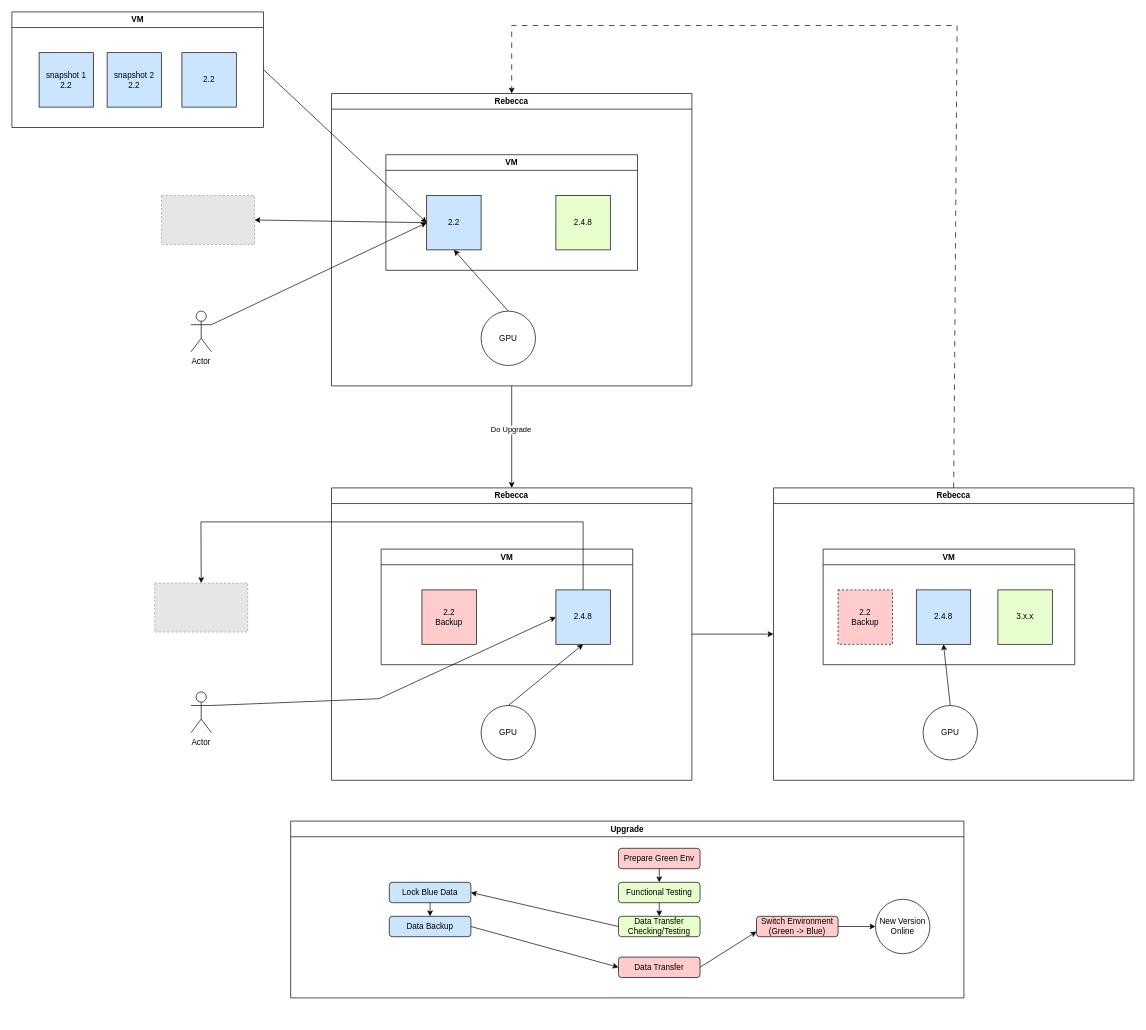
QAlexBall/diagrams keeps this draw.io diagram as cvat-deployment.drawio. Above is the earlier version. Source tidied: cells renumbered, new cells numbered last; positions are measured from the earlier drawing's top-left corner, leaving out a move shared by most shapes. Both pictures are drawn from the tidied source at 68%, with x=0, y=0 at pixel (12, 12). Pictures stored in the file or linked from it are replaced by grey dashed boxes.
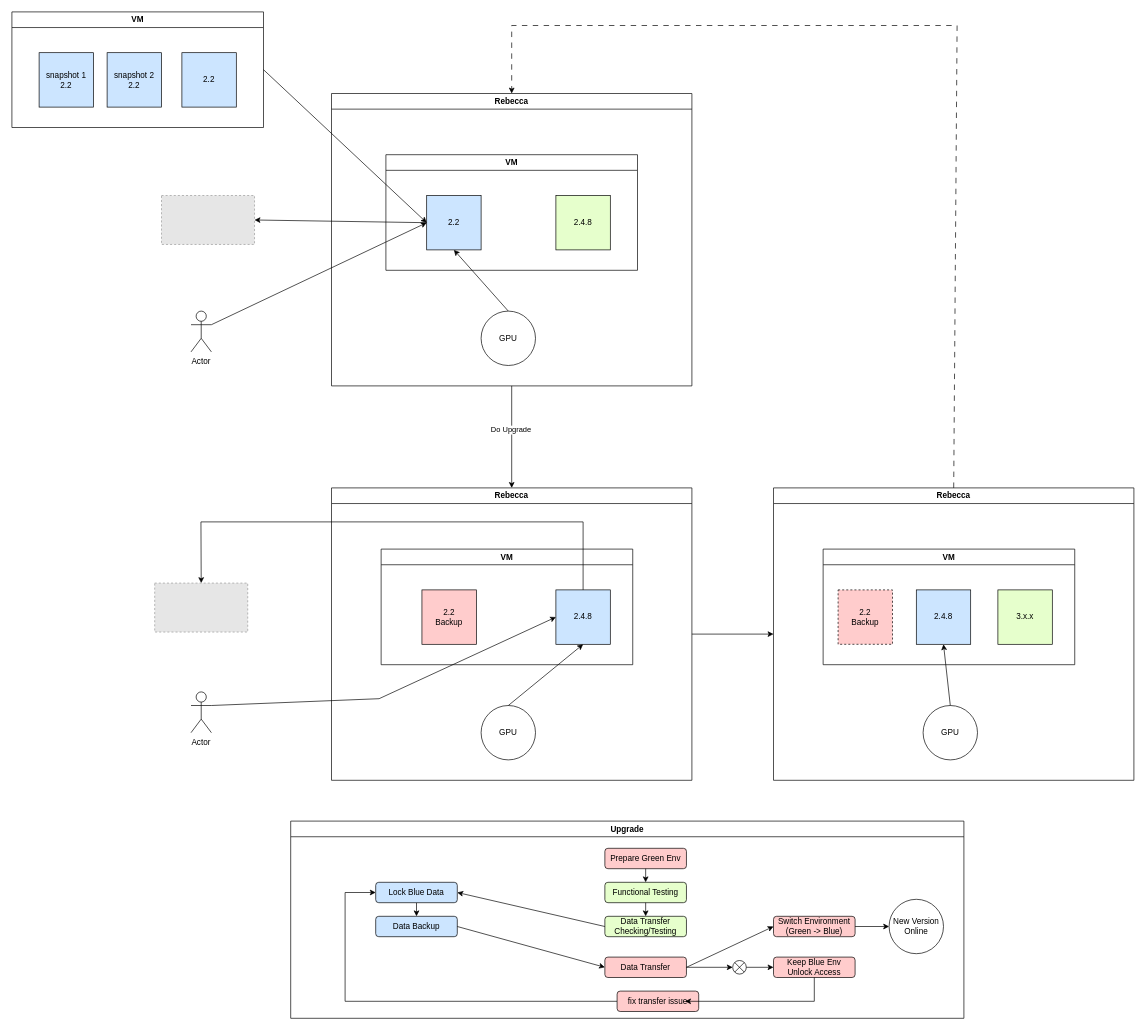
After the change.

Change to the diagram source:
```diff
@@
     <mxCell id="38" value="Upgrade" style="swimlane;whiteSpace=wrap;html=1;" parent="1" vertex="1">
-      <mxGeometry x="410" y="1190" width="990" height="260" as="geometry" />
+      <mxGeometry x="410" y="1190" width="990" height="290" as="geometry" />
     </mxCell>
     <mxCell id="39" value="Data Backup" style="rounded=1;whiteSpace=wrap;html=1;fillColor=#CCE5FF;" parent="38" vertex="1">
-      <mxGeometry x="145" y="140" width="120" height="30" as="geometry" />
+      <mxGeometry x="125" y="140" width="120" height="30" as="geometry" />
     </mxCell>
     <mxCell id="40" value="Data Transfer" style="rounded=1;whiteSpace=wrap;html=1;fillColor=#FFCCCC;" parent="38" vertex="1">
-      <mxGeometry x="482" y="200" width="120" height="30" as="geometry" />
+      <mxGeometry x="462" y="200" width="120" height="30" as="geometry" />
     </mxCell>
     <mxCell id="41" value="Functional Testing" style="rounded=1;whiteSpace=wrap;html=1;fillColor=#E6FFCC;" parent="38" vertex="1">
-      <mxGeometry x="482" y="90" width="120" height="30" as="geometry" />
+      <mxGeometry x="462" y="90" width="120" height="30" as="geometry" />
     </mxCell>
     <mxCell id="42" value="Data Transfer Checking/Testing" style="rounded=1;whiteSpace=wrap;html=1;fillColor=#E6FFCC;" parent="38" vertex="1">
-      <mxGeometry x="482" y="140" width="120" height="30" as="geometry" />
+      <mxGeometry x="462" y="140" width="120" height="30" as="geometry" />
     </mxCell>
     <mxCell id="43" value="Switch Environment&lt;br&gt;(Green -&amp;gt; Blue)" style="rounded=1;whiteSpace=wrap;html=1;fillColor=#FFCCCC;" parent="38" vertex="1">
-      <mxGeometry x="685" y="140" width="120" height="30" as="geometry" />
+      <mxGeometry x="710" y="140" width="120" height="30" as="geometry" />
     </mxCell>
     <mxCell id="44" value="Prepare Green Env" style="rounded=1;whiteSpace=wrap;html=1;fillColor=#FFCCCC;" parent="38" vertex="1">
-      <mxGeometry x="482" y="40" width="120" height="30" as="geometry" />
+      <mxGeometry x="462" y="40" width="120" height="30" as="geometry" />
     </mxCell>
-    <mxCell id="45" style="endArrow=classic;html=1;rounded=0;exitX=0.5;exitY=1;exitDx=0;exitDy=0;entryX=0.5;entryY=0;entryDx=0;entryDy=0;" parent="38" edge="1" source="44" target="41">
-      <mxGeometry relative="1" as="geometry" />
+    <mxCell id="45" style="endArrow=classic;html=1;rounded=0;exitX=0.5;exitY=1;exitDx=0;exitDy=0;entryX=0.5;entryY=0;entryDx=0;entryDy=0;" parent="38" edge="1" target="41">
+      <mxGeometry relative="1" as="geometry">
+        <mxPoint x="522" y="70" as="sourcePoint" />
+      </mxGeometry>
     </mxCell>
@@
-    <mxCell id="48" style="endArrow=classic;html=1;rounded=0;exitX=1;exitY=0.5;exitDx=0;exitDy=0;entryX=0;entryY=0.75;entryDx=0;entryDy=0;" parent="38" edge="1" source="40" target="43">
+    <mxCell id="48" style="endArrow=classic;html=1;rounded=0;exitX=1;exitY=0.5;exitDx=0;exitDy=0;entryX=0;entryY=0.5;entryDx=0;entryDy=0;" parent="38" edge="1" source="40" target="43">
       <mxGeometry relative="1" as="geometry" />
     </mxCell>
     <mxCell id="49" value="Lock Blue Data" style="rounded=1;whiteSpace=wrap;html=1;fillColor=#CCE5FF;" parent="38" vertex="1">
-      <mxGeometry x="145" y="90" width="120" height="30" as="geometry" />
+      <mxGeometry x="125" y="90" width="120" height="30" as="geometry" />
     </mxCell>
@@
     <mxCell id="52" value="New Version&lt;br&gt;Online" style="ellipse;whiteSpace=wrap;html=1;" parent="38" vertex="1">
-      <mxGeometry x="860" y="115" width="80" height="80" as="geometry" />
+      <mxGeometry x="880" y="115" width="80" height="80" as="geometry" />
     </mxCell>
@@
+    <mxCell id="54" style="shape=sumEllipse;perimeter=ellipsePerimeter;whiteSpace=wrap;html=1;backgroundOutline=1;" parent="38" vertex="1">
+      <mxGeometry x="650" y="205" width="20" height="20" as="geometry" />
+    </mxCell>
+    <mxCell id="55" style="endArrow=classic;html=1;rounded=0;exitX=1;exitY=0.5;exitDx=0;exitDy=0;entryX=0;entryY=0.5;entryDx=0;entryDy=0;" parent="38" edge="1" source="40" target="54">
+      <mxGeometry relative="1" as="geometry" />
+    </mxCell>
+    <mxCell id="56" value="Keep Blue Env&lt;br&gt;Unlock Access" style="rounded=1;whiteSpace=wrap;html=1;fillColor=#FFCCCC;" parent="38" vertex="1">
+      <mxGeometry x="710" y="200" width="120" height="30" as="geometry" />
+    </mxCell>
+    <mxCell id="57" style="endArrow=classic;html=1;rounded=0;exitX=1;exitY=0.5;exitDx=0;exitDy=0;entryX=0;entryY=0.5;entryDx=0;entryDy=0;" parent="38" edge="1" source="54" target="56">
+      <mxGeometry relative="1" as="geometry" />
+    </mxCell>
+    <mxCell id="58" style="endArrow=classic;html=1;rounded=0;exitX=0;exitY=0.5;exitDx=0;exitDy=0;entryX=0;entryY=0.5;entryDx=0;entryDy=0;" parent="38" edge="1" source="59" target="49">
+      <mxGeometry relative="1" as="geometry">
+        <Array as="points">
+          <mxPoint x="80" y="265" />
+          <mxPoint x="80" y="105" />
+        </Array>
+      </mxGeometry>
+    </mxCell>
+    <mxCell id="59" value="fix transfer issue" style="rounded=1;whiteSpace=wrap;html=1;fillColor=#FFCCCC;" parent="38" vertex="1">
+      <mxGeometry x="480" y="250" width="120" height="30" as="geometry" />
+    </mxCell>
+    <mxCell id="60" style="endArrow=classic;html=1;rounded=0;exitX=0.5;exitY=1;exitDx=0;exitDy=0;entryX=1;entryY=0.5;entryDx=0;entryDy=0;" parent="38" edge="1" source="56">
+      <mxGeometry relative="1" as="geometry">
+        <mxPoint x="580" y="265" as="targetPoint" />
+        <Array as="points">
+          <mxPoint x="770" y="265" />
+        </Array>
+      </mxGeometry>
+    </mxCell>
```
